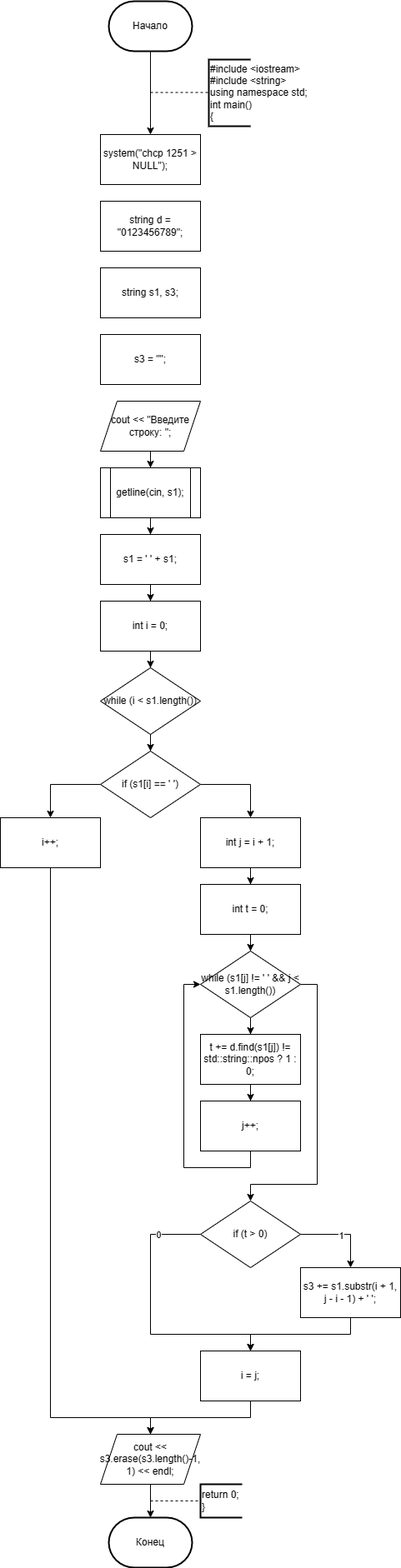
Earlier version of the draw.io export 2 semestr/LABS/6_LABA/6LABA.png (blzz4c/PNRPU-2022-IVT22-1b). Source tidied: cells renumbered, new cells last; positions are measured from the earlier drawing's top-left corner, leaving out a move shared by most shapes. Its diagram source:
```xml
<mxGraphModel>
  <root>
    <mxCell id="0" />
    <mxCell id="1" parent="0" />
    <mxCell id="2" style="edgeStyle=orthogonalEdgeStyle;rounded=0;jettySize=auto;html=1;entryX=0.5;entryY=0;entryDx=0;entryDy=0;" parent="1" edge="1" source="3" target="4">
      <mxGeometry relative="1" as="geometry" />
    </mxCell>
    <mxCell id="3" value="Начало" style="strokeWidth=2;html=1;shape=mxgraph.flowchart.terminator;whiteSpace=wrap;" parent="1" vertex="1">
      <mxGeometry x="130" width="100" height="60" as="geometry" />
    </mxCell>
    <mxCell id="4" value="system(&quot;chcp 1251 &amp;gt; NULL&quot;);" style="rounded=0;whiteSpace=wrap;html=1;" parent="1" vertex="1">
      <mxGeometry x="120" y="160" width="120" height="60" as="geometry" />
    </mxCell>
    <mxCell id="5" value="&lt;div&gt;#include &amp;lt;iostream&amp;gt;&lt;/div&gt;&lt;div&gt;#include &amp;lt;string&amp;gt;&lt;/div&gt;&lt;div&gt;using namespace std;&lt;/div&gt;&lt;div&gt;int main()&lt;/div&gt;&lt;div&gt;{&lt;/div&gt;" style="strokeWidth=2;html=1;shape=mxgraph.flowchart.annotation_1;align=left;" parent="1" vertex="1">
      <mxGeometry x="250" y="70" width="50" height="80" as="geometry" />
    </mxCell>
    <mxCell id="6" style="endArrow=none;dashed=1;html=1;rounded=0;" parent="1" edge="1">
      <mxGeometry relative="1" as="geometry">
        <mxPoint x="180" y="109.5" as="sourcePoint" />
        <mxPoint x="250" y="109.5" as="targetPoint" />
      </mxGeometry>
    </mxCell>
    <mxCell id="7" value="string d = &quot;0123456789&quot;;" style="rounded=0;whiteSpace=wrap;html=1;" parent="1" vertex="1">
      <mxGeometry x="120" y="240" width="120" height="60" as="geometry" />
    </mxCell>
    <mxCell id="8" value="string s1, s3;" style="rounded=0;whiteSpace=wrap;html=1;" parent="1" vertex="1">
      <mxGeometry x="120" y="320" width="120" height="60" as="geometry" />
    </mxCell>
    <mxCell id="9" value="s3 = &quot;&quot;;" style="rounded=0;whiteSpace=wrap;html=1;" parent="1" vertex="1">
      <mxGeometry x="120" y="400" width="120" height="60" as="geometry" />
    </mxCell>
    <mxCell id="10" style="edgeStyle=orthogonalEdgeStyle;rounded=0;jettySize=auto;html=1;entryX=0.5;entryY=0;entryDx=0;entryDy=0;" parent="1" edge="1" source="11" target="13">
      <mxGeometry relative="1" as="geometry" />
    </mxCell>
    <mxCell id="11" value="cout &amp;lt;&amp;lt; &quot;Введите строку: &quot;;" style="shape=parallelogram;perimeter=parallelogramPerimeter;whiteSpace=wrap;html=1;fixedSize=1;" parent="1" vertex="1">
      <mxGeometry x="120" y="480" width="120" height="60" as="geometry" />
    </mxCell>
    <mxCell id="12" style="edgeStyle=orthogonalEdgeStyle;rounded=0;jettySize=auto;html=1;entryX=0.5;entryY=0;entryDx=0;entryDy=0;" parent="1" edge="1" source="13" target="15">
      <mxGeometry relative="1" as="geometry" />
    </mxCell>
    <mxCell id="13" value="getline(cin, s1);" style="shape=process;whiteSpace=wrap;html=1;backgroundOutline=1;" parent="1" vertex="1">
      <mxGeometry x="120" y="560" width="120" height="60" as="geometry" />
    </mxCell>
    <mxCell id="14" style="edgeStyle=orthogonalEdgeStyle;rounded=0;jettySize=auto;html=1;entryX=0.5;entryY=0;entryDx=0;entryDy=0;" parent="1" edge="1" source="15" target="17">
      <mxGeometry relative="1" as="geometry" />
    </mxCell>
    <mxCell id="15" value="s1 = ' ' + s1;" style="rounded=0;whiteSpace=wrap;html=1;" parent="1" vertex="1">
      <mxGeometry x="120" y="640" width="120" height="60" as="geometry" />
    </mxCell>
    <mxCell id="16" style="edgeStyle=orthogonalEdgeStyle;rounded=0;jettySize=auto;html=1;entryX=0.5;entryY=0;entryDx=0;entryDy=0;" parent="1" edge="1" source="17" target="19">
      <mxGeometry relative="1" as="geometry" />
    </mxCell>
    <mxCell id="17" value="int i = 0;" style="rounded=0;whiteSpace=wrap;html=1;" parent="1" vertex="1">
      <mxGeometry x="120" y="720" width="120" height="60" as="geometry" />
    </mxCell>
    <mxCell id="18" style="edgeStyle=orthogonalEdgeStyle;rounded=0;jettySize=auto;html=1;entryX=0.5;entryY=0;entryDx=0;entryDy=0;" parent="1" edge="1" source="19" target="22">
      <mxGeometry relative="1" as="geometry" />
    </mxCell>
    <mxCell id="19" value="while (i &amp;lt; s1.length())" style="rhombus;whiteSpace=wrap;html=1;" parent="1" vertex="1">
      <mxGeometry x="120" y="800" width="120" height="80" as="geometry" />
    </mxCell>
    <mxCell id="20" style="edgeStyle=orthogonalEdgeStyle;rounded=0;jettySize=auto;html=1;entryX=0.5;entryY=0;entryDx=0;entryDy=0;" parent="1" edge="1" source="22" target="24">
      <mxGeometry relative="1" as="geometry">
        <Array as="points">
          <mxPoint x="300" y="940" />
        </Array>
      </mxGeometry>
    </mxCell>
    <mxCell id="21" style="edgeStyle=orthogonalEdgeStyle;rounded=0;jettySize=auto;html=1;entryX=0.5;entryY=0;entryDx=0;entryDy=0;" parent="1" edge="1" source="22" target="44">
      <mxGeometry relative="1" as="geometry">
        <Array as="points">
          <mxPoint x="60" y="940" />
        </Array>
      </mxGeometry>
    </mxCell>
    <mxCell id="22" value="if (s1[i] == ' ')" style="rhombus;whiteSpace=wrap;html=1;" parent="1" vertex="1">
      <mxGeometry x="120" y="900" width="120" height="80" as="geometry" />
    </mxCell>
    <mxCell id="23" style="edgeStyle=orthogonalEdgeStyle;rounded=0;jettySize=auto;html=1;entryX=0.5;entryY=0;entryDx=0;entryDy=0;" parent="1" edge="1" source="24" target="26">
      <mxGeometry relative="1" as="geometry" />
    </mxCell>
    <mxCell id="24" value="int j = i + 1;" style="rounded=0;whiteSpace=wrap;html=1;" parent="1" vertex="1">
      <mxGeometry x="240" y="980" width="120" height="60" as="geometry" />
    </mxCell>
    <mxCell id="25" style="edgeStyle=orthogonalEdgeStyle;rounded=0;jettySize=auto;html=1;entryX=0.5;entryY=0;entryDx=0;entryDy=0;" parent="1" edge="1" source="26" target="29">
      <mxGeometry relative="1" as="geometry" />
    </mxCell>
    <mxCell id="26" value="int t = 0;" style="rounded=0;whiteSpace=wrap;html=1;" parent="1" vertex="1">
      <mxGeometry x="240" y="1060" width="120" height="60" as="geometry" />
    </mxCell>
    <mxCell id="27" style="edgeStyle=orthogonalEdgeStyle;rounded=0;jettySize=auto;html=1;entryX=0.5;entryY=0;entryDx=0;entryDy=0;" parent="1" edge="1" source="29" target="31">
      <mxGeometry relative="1" as="geometry" />
    </mxCell>
    <mxCell id="28" style="edgeStyle=orthogonalEdgeStyle;rounded=0;jettySize=auto;html=1;entryX=0.5;entryY=0;entryDx=0;entryDy=0;" parent="1" edge="1" source="29" target="38">
      <mxGeometry relative="1" as="geometry">
        <Array as="points">
          <mxPoint x="380" y="1180" />
          <mxPoint x="380" y="1420" />
          <mxPoint x="300" y="1420" />
        </Array>
      </mxGeometry>
    </mxCell>
    <mxCell id="29" value="while (s1[j] != ' ' &amp;amp;&amp;amp; j &amp;lt; s1.length())" style="rhombus;whiteSpace=wrap;html=1;" parent="1" vertex="1">
      <mxGeometry x="240" y="1140" width="120" height="80" as="geometry" />
    </mxCell>
    <mxCell id="30" style="edgeStyle=orthogonalEdgeStyle;rounded=0;jettySize=auto;html=1;entryX=0.5;entryY=0;entryDx=0;entryDy=0;" parent="1" edge="1" source="31" target="33">
      <mxGeometry relative="1" as="geometry" />
    </mxCell>
    <mxCell id="31" value="t += d.find(s1[j]) != std::string::npos ? 1 : 0;" style="rounded=0;whiteSpace=wrap;html=1;" parent="1" vertex="1">
      <mxGeometry x="240" y="1240" width="120" height="60" as="geometry" />
    </mxCell>
    <mxCell id="32" style="edgeStyle=orthogonalEdgeStyle;rounded=0;jettySize=auto;html=1;entryX=0;entryY=0.5;entryDx=0;entryDy=0;" parent="1" edge="1" source="33" target="29">
      <mxGeometry relative="1" as="geometry">
        <Array as="points">
          <mxPoint x="300" y="1400" />
          <mxPoint x="220" y="1400" />
          <mxPoint x="220" y="1180" />
        </Array>
      </mxGeometry>
    </mxCell>
    <mxCell id="33" value="j++;" style="rounded=0;whiteSpace=wrap;html=1;" parent="1" vertex="1">
      <mxGeometry x="240" y="1320" width="120" height="60" as="geometry" />
    </mxCell>
    <mxCell id="34" style="edgeStyle=orthogonalEdgeStyle;rounded=0;jettySize=auto;html=1;entryX=0.5;entryY=0;entryDx=0;entryDy=0;" parent="1" edge="1" source="38" target="40">
      <mxGeometry relative="1" as="geometry">
        <Array as="points">
          <mxPoint x="420" y="1480" />
        </Array>
      </mxGeometry>
    </mxCell>
    <mxCell id="35" value="1" style="edgeLabel;html=1;align=center;verticalAlign=middle;" parent="34" vertex="1">
      <mxGeometry x="-0.04" y="-1" relative="1" as="geometry" />
    </mxCell>
    <mxCell id="36" style="edgeStyle=orthogonalEdgeStyle;rounded=0;jettySize=auto;html=1;entryX=0.5;entryY=0;entryDx=0;entryDy=0;" parent="1" edge="1" source="38" target="42">
      <mxGeometry relative="1" as="geometry">
        <Array as="points">
          <mxPoint x="180" y="1480" />
          <mxPoint x="180" y="1600" />
          <mxPoint x="300" y="1600" />
          <mxPoint x="300" y="1620" />
        </Array>
      </mxGeometry>
    </mxCell>
    <mxCell id="37" value="0" style="edgeLabel;html=1;align=center;verticalAlign=middle;" parent="36" vertex="1">
      <mxGeometry x="-0.68" relative="1" as="geometry" />
    </mxCell>
    <mxCell id="38" value="if (t &amp;gt; 0)" style="rhombus;whiteSpace=wrap;html=1;" parent="1" vertex="1">
      <mxGeometry x="240" y="1440" width="120" height="80" as="geometry" />
    </mxCell>
    <mxCell id="39" style="edgeStyle=orthogonalEdgeStyle;rounded=0;jettySize=auto;html=1;entryX=0.5;entryY=0;entryDx=0;entryDy=0;" parent="1" edge="1" source="40" target="42">
      <mxGeometry relative="1" as="geometry">
        <Array as="points">
          <mxPoint x="420" y="1600" />
          <mxPoint x="300" y="1600" />
          <mxPoint x="300" y="1620" />
        </Array>
      </mxGeometry>
    </mxCell>
    <mxCell id="40" value="s3 += s1.substr(i + 1, j - i - 1) + ' ';" style="rounded=0;whiteSpace=wrap;html=1;" parent="1" vertex="1">
      <mxGeometry x="360" y="1520" width="120" height="60" as="geometry" />
    </mxCell>
    <mxCell id="41" style="edgeStyle=orthogonalEdgeStyle;rounded=0;jettySize=auto;html=1;entryX=0.5;entryY=0;entryDx=0;entryDy=0;" parent="1" edge="1" source="42">
      <mxGeometry relative="1" as="geometry">
        <mxPoint x="180" y="1720" as="targetPoint" />
        <Array as="points">
          <mxPoint x="300" y="1700" />
          <mxPoint x="180" y="1700" />
        </Array>
      </mxGeometry>
    </mxCell>
    <mxCell id="42" value="i = j;" style="rounded=0;whiteSpace=wrap;html=1;" parent="1" vertex="1">
      <mxGeometry x="240" y="1620" width="120" height="60" as="geometry" />
    </mxCell>
    <mxCell id="43" style="edgeStyle=orthogonalEdgeStyle;rounded=0;jettySize=auto;html=1;entryX=0.5;entryY=0;entryDx=0;entryDy=0;" parent="1" edge="1" source="44" target="46">
      <mxGeometry relative="1" as="geometry">
        <Array as="points">
          <mxPoint x="60" y="1700" />
          <mxPoint x="180" y="1700" />
        </Array>
      </mxGeometry>
    </mxCell>
    <mxCell id="44" value="i++;" style="rounded=0;whiteSpace=wrap;html=1;" parent="1" vertex="1">
      <mxGeometry y="980" width="120" height="60" as="geometry" />
    </mxCell>
    <mxCell id="45" style="edgeStyle=orthogonalEdgeStyle;rounded=0;jettySize=auto;html=1;" parent="1" edge="1" source="46" target="47">
      <mxGeometry relative="1" as="geometry" />
    </mxCell>
    <mxCell id="46" value="cout &amp;lt;&amp;lt; s3.erase(s3.length()-1, 1) &amp;lt;&amp;lt; endl;" style="shape=parallelogram;perimeter=parallelogramPerimeter;whiteSpace=wrap;html=1;fixedSize=1;" parent="1" vertex="1">
      <mxGeometry x="120" y="1720" width="120" height="60" as="geometry" />
    </mxCell>
    <mxCell id="47" value="Конец" style="strokeWidth=2;html=1;shape=mxgraph.flowchart.terminator;whiteSpace=wrap;" parent="1" vertex="1">
      <mxGeometry x="130" y="1820" width="100" height="60" as="geometry" />
    </mxCell>
    <mxCell id="48" value="return 0;&lt;br&gt;}" style="strokeWidth=2;html=1;shape=mxgraph.flowchart.annotation_1;align=left;" parent="1" vertex="1">
      <mxGeometry x="240" y="1780" width="50" height="40" as="geometry" />
    </mxCell>
    <mxCell id="49" style="endArrow=none;dashed=1;html=1;rounded=0;" parent="1" edge="1">
      <mxGeometry relative="1" as="geometry">
        <mxPoint x="180" y="1800" as="sourcePoint" />
        <mxPoint x="240" y="1800" as="targetPoint" />
      </mxGeometry>
    </mxCell>
  </root>
</mxGraphModel>
```
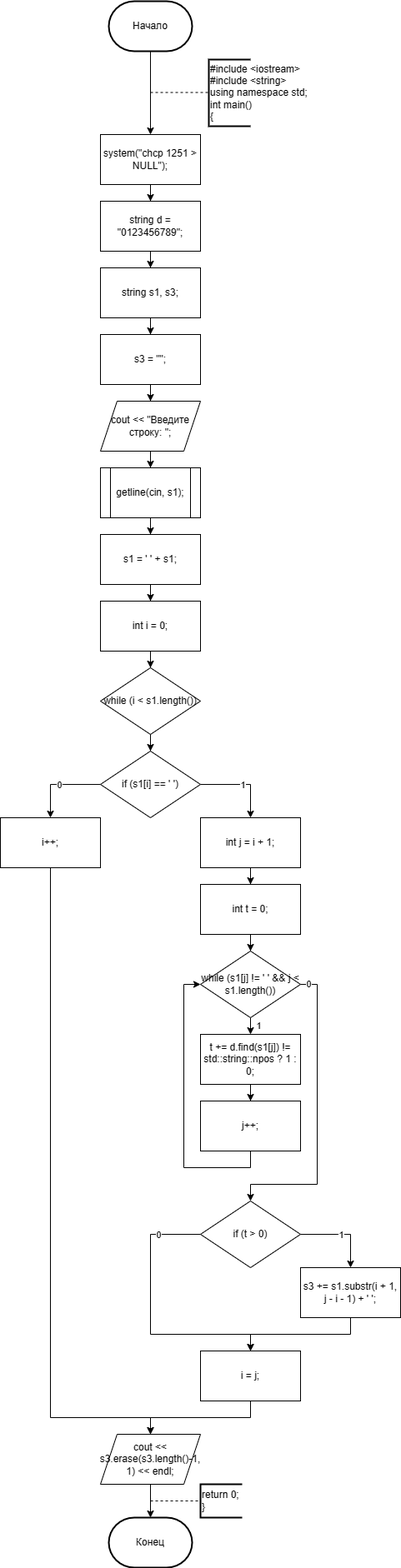
Later version of the same file.

What changed in the source:
```diff
@@ -8,6 +8,9 @@
     <mxCell id="3" value="Начало" style="strokeWidth=2;html=1;shape=mxgraph.flowchart.terminator;whiteSpace=wrap;" parent="1" vertex="1">
       <mxGeometry x="130" width="100" height="60" as="geometry" />
     </mxCell>
+    <mxCell id="50" style="edgeStyle=orthogonalEdgeStyle;rounded=0;jettySize=auto;html=1;entryX=0.5;entryY=0;entryDx=0;entryDy=0;" parent="1" edge="1" source="4" target="7">
+      <mxGeometry relative="1" as="geometry" />
+    </mxCell>
     <mxCell id="4" value="system(&quot;chcp 1251 &amp;gt; NULL&quot;);" style="rounded=0;whiteSpace=wrap;html=1;" parent="1" vertex="1">
       <mxGeometry x="120" y="160" width="120" height="60" as="geometry" />
     </mxCell>
@@ -20,12 +23,21 @@
         <mxPoint x="250" y="109.5" as="targetPoint" />
       </mxGeometry>
     </mxCell>
+    <mxCell id="51" style="edgeStyle=orthogonalEdgeStyle;rounded=0;jettySize=auto;html=1;entryX=0.5;entryY=0;entryDx=0;entryDy=0;" parent="1" edge="1" source="7" target="8">
+      <mxGeometry relative="1" as="geometry" />
+    </mxCell>
     <mxCell id="7" value="string d = &quot;0123456789&quot;;" style="rounded=0;whiteSpace=wrap;html=1;" parent="1" vertex="1">
       <mxGeometry x="120" y="240" width="120" height="60" as="geometry" />
     </mxCell>
+    <mxCell id="52" style="edgeStyle=orthogonalEdgeStyle;rounded=0;jettySize=auto;html=1;entryX=0.5;entryY=0;entryDx=0;entryDy=0;" parent="1" edge="1" source="8" target="9">
+      <mxGeometry relative="1" as="geometry" />
+    </mxCell>
     <mxCell id="8" value="string s1, s3;" style="rounded=0;whiteSpace=wrap;html=1;" parent="1" vertex="1">
       <mxGeometry x="120" y="320" width="120" height="60" as="geometry" />
     </mxCell>
+    <mxCell id="53" style="edgeStyle=orthogonalEdgeStyle;rounded=0;jettySize=auto;html=1;entryX=0.5;entryY=0;entryDx=0;entryDy=0;" parent="1" edge="1" source="9" target="11">
+      <mxGeometry relative="1" as="geometry" />
+    </mxCell>
     <mxCell id="9" value="s3 = &quot;&quot;;" style="rounded=0;whiteSpace=wrap;html=1;" parent="1" vertex="1">
       <mxGeometry x="120" y="400" width="120" height="60" as="geometry" />
     </mxCell>
@@ -66,6 +78,11 @@
         </Array>
       </mxGeometry>
     </mxCell>
+    <mxCell id="54" value="1" style="edgeLabel;html=1;align=center;verticalAlign=middle;" parent="20" vertex="1">
+      <mxGeometry x="-0.1" y="2" relative="1" as="geometry">
+        <mxPoint x="5" y="2" as="offset" />
+      </mxGeometry>
+    </mxCell>
     <mxCell id="21" style="edgeStyle=orthogonalEdgeStyle;rounded=0;jettySize=auto;html=1;entryX=0.5;entryY=0;entryDx=0;entryDy=0;" parent="1" edge="1" source="22" target="44">
       <mxGeometry relative="1" as="geometry">
         <Array as="points">
@@ -73,6 +90,11 @@
         </Array>
       </mxGeometry>
     </mxCell>
+    <mxCell id="55" value="0" style="edgeLabel;html=1;align=center;verticalAlign=middle;" parent="21" vertex="1">
+      <mxGeometry x="-0.1" y="2" relative="1" as="geometry">
+        <mxPoint x="-5" y="-2" as="offset" />
+      </mxGeometry>
+    </mxCell>
     <mxCell id="22" value="if (s1[i] == ' ')" style="rhombus;whiteSpace=wrap;html=1;" parent="1" vertex="1">
       <mxGeometry x="120" y="900" width="120" height="80" as="geometry" />
     </mxCell>
@@ -88,11 +110,11 @@
     <mxCell id="26" value="int t = 0;" style="rounded=0;whiteSpace=wrap;html=1;" parent="1" vertex="1">
       <mxGeometry x="240" y="1060" width="120" height="60" as="geometry" />
     </mxCell>
-    <mxCell id="27" style="edgeStyle=orthogonalEdgeStyle;rounded=0;jettySize=auto;html=1;entryX=0.5;entryY=0;entryDx=0;entryDy=0;" parent="1" edge="1" source="29" target="31">
-      <mxGeometry relative="1" as="geometry" />
+    <mxCell id="27" value="1" style="edgeStyle=orthogonalEdgeStyle;rounded=0;jettySize=auto;html=1;entryX=0.5;entryY=0;entryDx=0;entryDy=0;exitX=0.5;exitY=1;exitDx=0;exitDy=0;" parent="1" edge="1" source="29" target="31">
+      <mxGeometry y="10" relative="1" as="geometry" />
     </mxCell>
-    <mxCell id="28" style="edgeStyle=orthogonalEdgeStyle;rounded=0;jettySize=auto;html=1;entryX=0.5;entryY=0;entryDx=0;entryDy=0;" parent="1" edge="1" source="29" target="38">
-      <mxGeometry relative="1" as="geometry">
+    <mxCell id="28" value="0" style="edgeStyle=orthogonalEdgeStyle;rounded=0;jettySize=auto;html=1;entryX=0.5;entryY=0;entryDx=0;entryDy=0;" parent="1" edge="1" source="29" target="38">
+      <mxGeometry x="-0.94" relative="1" as="geometry">
         <Array as="points">
           <mxPoint x="380" y="1180" />
           <mxPoint x="380" y="1420" />
@@ -129,7 +151,9 @@
       </mxGeometry>
     </mxCell>
     <mxCell id="35" value="1" style="edgeLabel;html=1;align=center;verticalAlign=middle;" parent="34" vertex="1">
-      <mxGeometry x="-0.04" y="-1" relative="1" as="geometry" />
+      <mxGeometry x="-0.04" y="-1" relative="1" as="geometry">
+        <mxPoint y="-1" as="offset" />
+      </mxGeometry>
     </mxCell>
     <mxCell id="36" style="edgeStyle=orthogonalEdgeStyle;rounded=0;jettySize=auto;html=1;entryX=0.5;entryY=0;entryDx=0;entryDy=0;" parent="1" edge="1" source="38" target="42">
       <mxGeometry relative="1" as="geometry">
```
